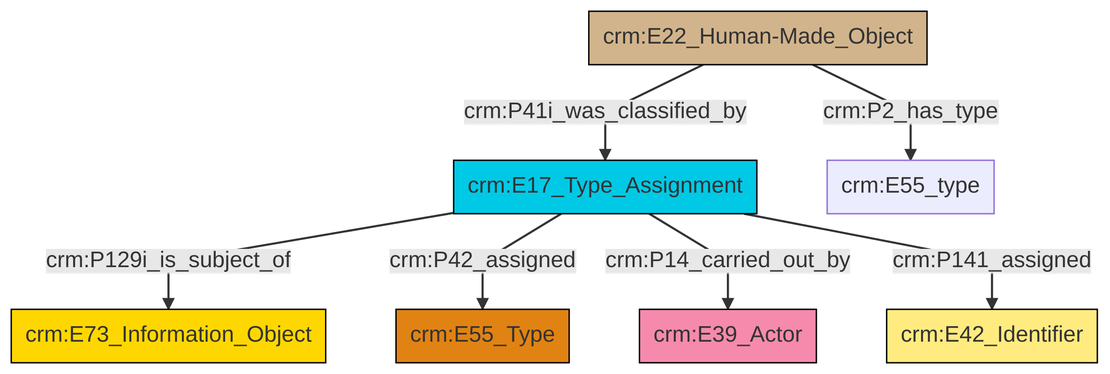
This is et/builtWorkCSV/ttl/mmd/png/Built_Work_designation_status.png from swiss-art-research-net/docs.swissartresearch, a Mermaid export, as it was before one commit. Its source is kept beside it as et/builtWorkCSV/ttl/mmd/Built_Work_designation_status.ttl.mmd.
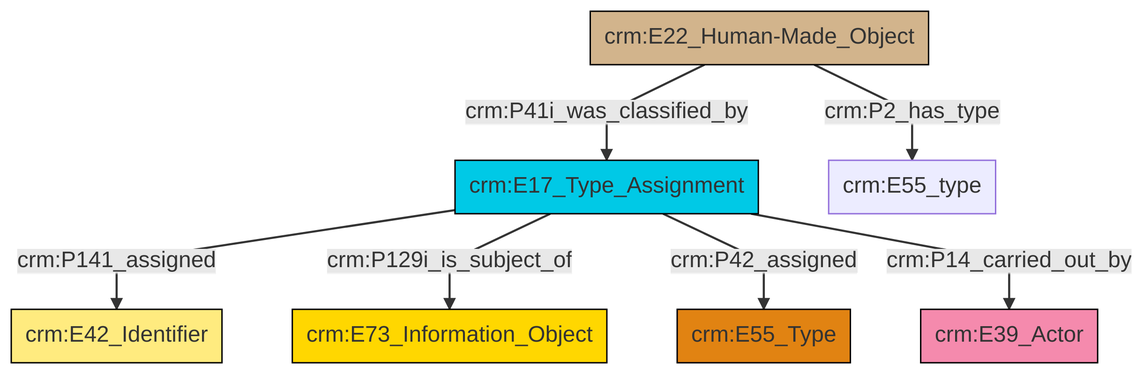
After the commit.

Diff of the diagram source:
```diff
@@ -13,9 +13,9 @@
 classDef PC_Classes fill:#4ce600, stroke:#000000;
 classDef Multi fill:#cccccc,stroke:#000000;
 
-0["crm:E17_Type_Assignment"]:::Temporal_Entity -->|crm:P129i_is_subject_of| 1["crm:E73_Information_Object"]:::Conceptual_Object
-4["crm:E22_Human-Made_Object"]:::Physical_Thing -->|crm:P41i_was_classified_by| 0["crm:E17_Type_Assignment"]:::Temporal_Entity
-0["crm:E17_Type_Assignment"]:::Temporal_Entity -->|crm:P42_assigned| 2["crm:E55_Type"]:::Type
-4["crm:E22_Human-Made_Object"]:::Physical_Thing -->|crm:P2_has_type| 11["crm:E55_type"]:::Default
-0["crm:E17_Type_Assignment"]:::Temporal_Entity -->|crm:P14_carried_out_by| 13["crm:E39_Actor"]:::Actor
-0["crm:E17_Type_Assignment"]:::Temporal_Entity -->|crm:P141_assigned| 5["crm:E42_Identifier"]:::Appellation
+5["crm:E17_Type_Assignment"]:::Temporal_Entity -->|crm:P141_assigned| 2["crm:E42_Identifier"]:::Appellation
+5["crm:E17_Type_Assignment"]:::Temporal_Entity -->|crm:P129i_is_subject_of| 13["crm:E73_Information_Object"]:::Conceptual_Object
+5["crm:E17_Type_Assignment"]:::Temporal_Entity -->|crm:P42_assigned| 0["crm:E55_Type"]:::Type
+5["crm:E17_Type_Assignment"]:::Temporal_Entity -->|crm:P14_carried_out_by| 9["crm:E39_Actor"]:::Actor
+11["crm:E22_Human-Made_Object"]:::Physical_Thing -->|crm:P41i_was_classified_by| 5["crm:E17_Type_Assignment"]:::Temporal_Entity
+11["crm:E22_Human-Made_Object"]:::Physical_Thing -->|crm:P2_has_type| 7["crm:E55_type"]:::Default
```
